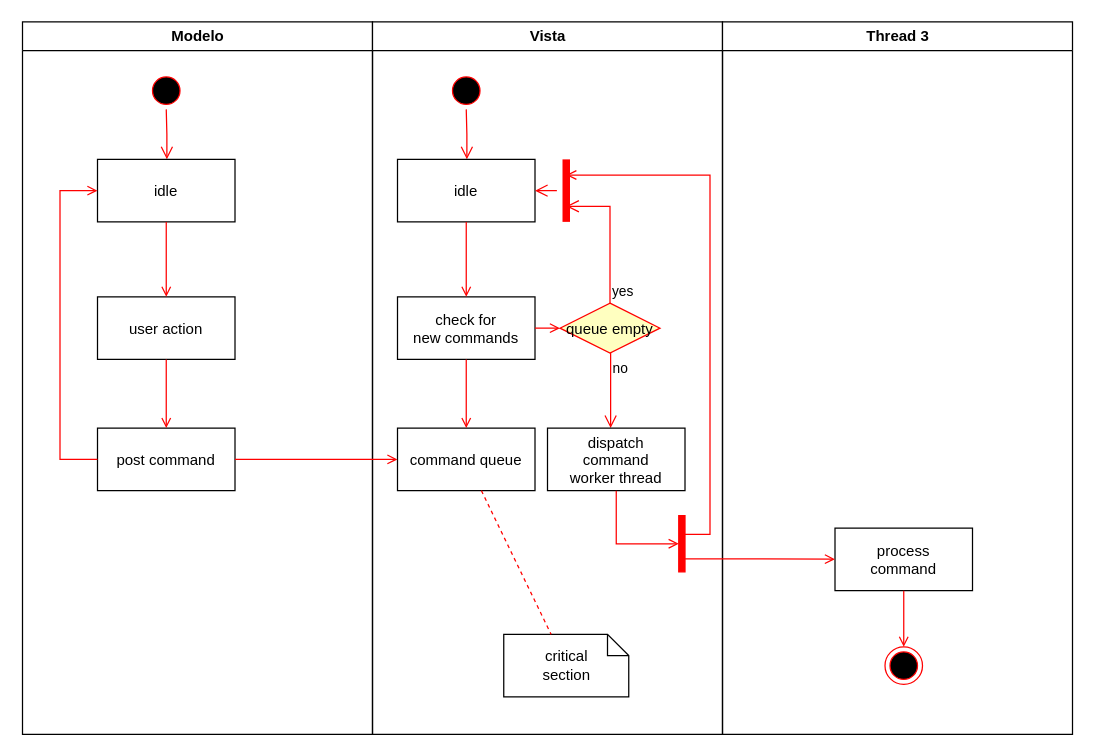
This is Untitled Diagram.drawio from ErickRamirezO/Proyecto-Uber, a draw.io file, before an edit. Source tidied: cells renumbered, new cells numbered last; positions are measured from the earlier drawing's top-left corner, leaving out a move shared by most shapes. Both pictures are drawn from the tidied source at 125%, with x=0, y=0 at pixel (21, 21).
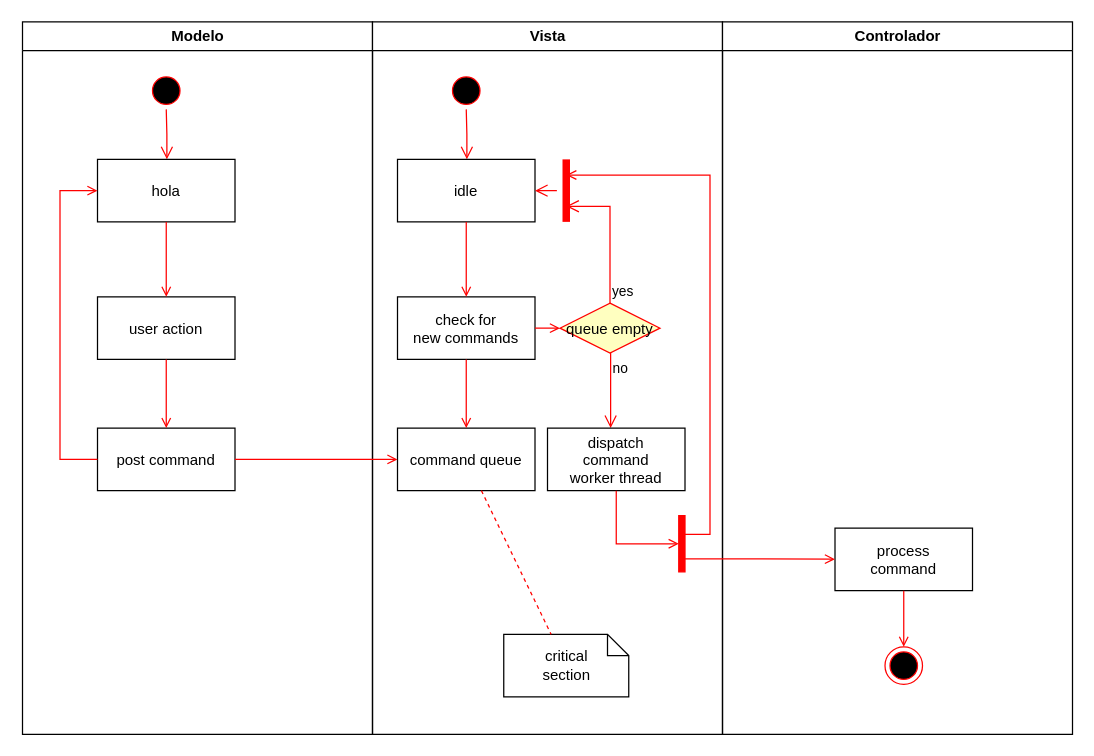
The same diagram, later.

Unchanged cells that the change refers to:
```xml
<mxCell id="2" value="Modelo" style="swimlane;whiteSpace=wrap;" parent="1" vertex="1">
  <mxGeometry x="0.5" width="280" height="570" as="geometry" />
</mxCell>
```

The edit, as a diff of the source:
```diff
@@
-    <mxCell id="5" value="idle" parent="2" vertex="1">
+    <mxCell id="5" value="hola" parent="2" vertex="1">
       <mxGeometry x="60" y="110" width="110" height="50" as="geometry" />
     </mxCell>
@@
-    <mxCell id="30" value="Thread 3" style="swimlane;whiteSpace=wrap;" parent="1" vertex="1">
+    <mxCell id="30" value="Controlador" style="swimlane;whiteSpace=wrap;" parent="1" vertex="1">
       <mxGeometry x="560.5" width="280" height="570" as="geometry" />
     </mxCell>
```
